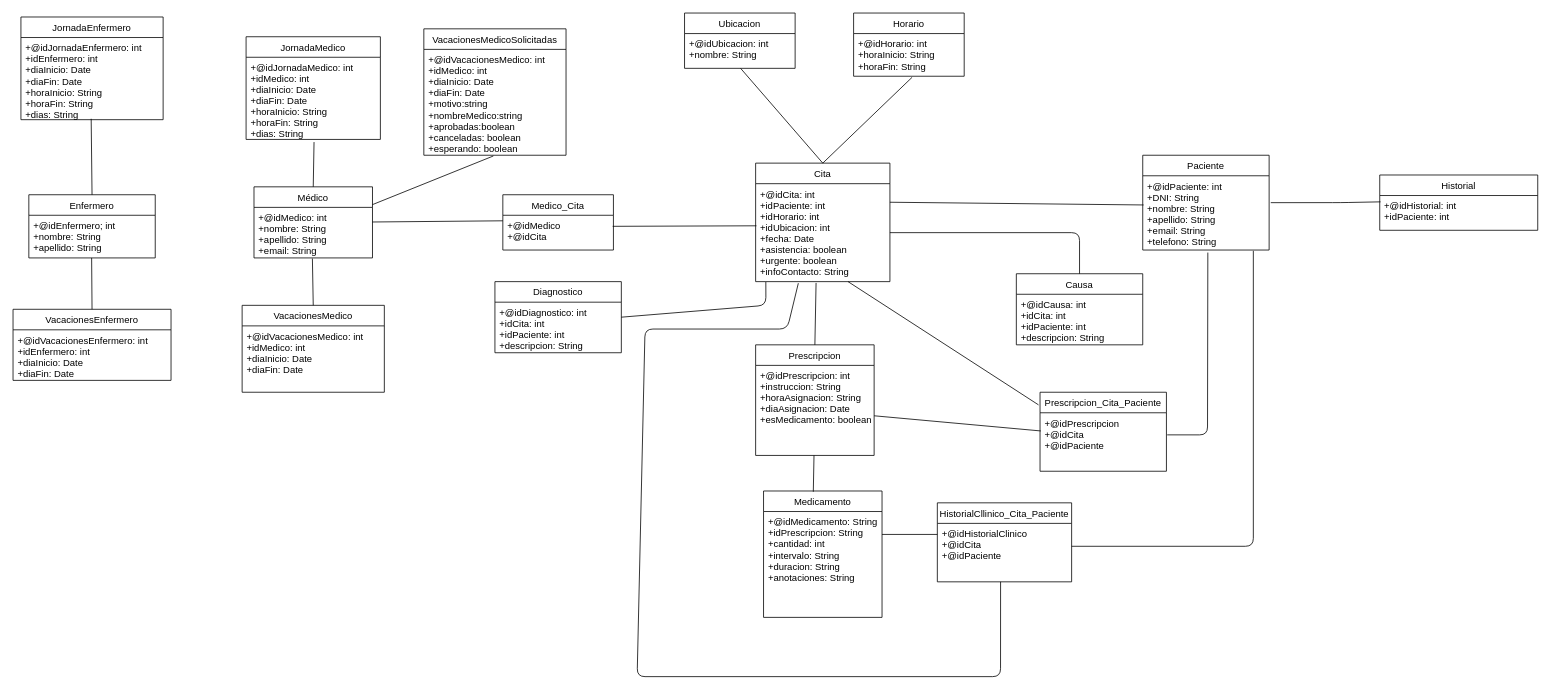
The draw.io diagram BBDD/diseño/DiagramaIPS.G IPS.drawio in nicomencia/IPS21_L33, before the edit. Source tidied: cells renumbered, new cells numbered last; positions are measured from the earlier drawing's top-left corner, leaving out a move shared by most shapes. Both pictures are drawn from the tidied source at 79%, with x=0, y=0 at pixel (13, 13).
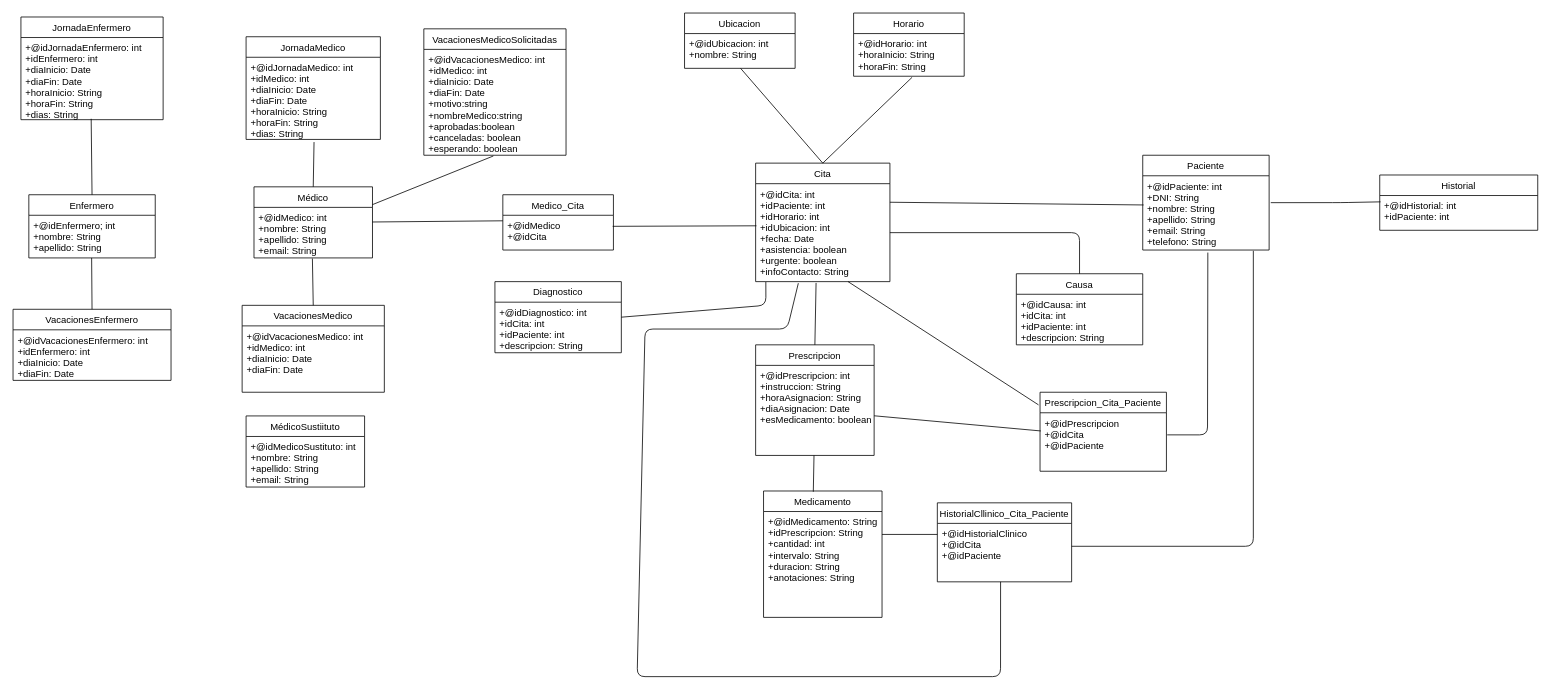
The same diagram, later.

The edit, as a diff of the source:
```diff
@@
+    <mxCell id="61" value="MédicoSustiituto" style="swimlane;fontStyle=0;horizontal=1;startSize=26;fillColor=none;" parent="1" vertex="1">
+      <mxGeometry x="295" y="510" width="150" height="90" as="geometry" />
+    </mxCell>
+    <mxCell id="62" value="+@idMedicoSustituto: int&#10;+nombre: String&#10;+apellido: String&#10;+email: String" style="text;strokeColor=none;fillColor=none;align=left;verticalAlign=top;spacingLeft=4;spacingRight=4;overflow=hidden;" parent="61" vertex="1">
+      <mxGeometry y="26" width="150" height="64" as="geometry" />
+    </mxCell>
```
